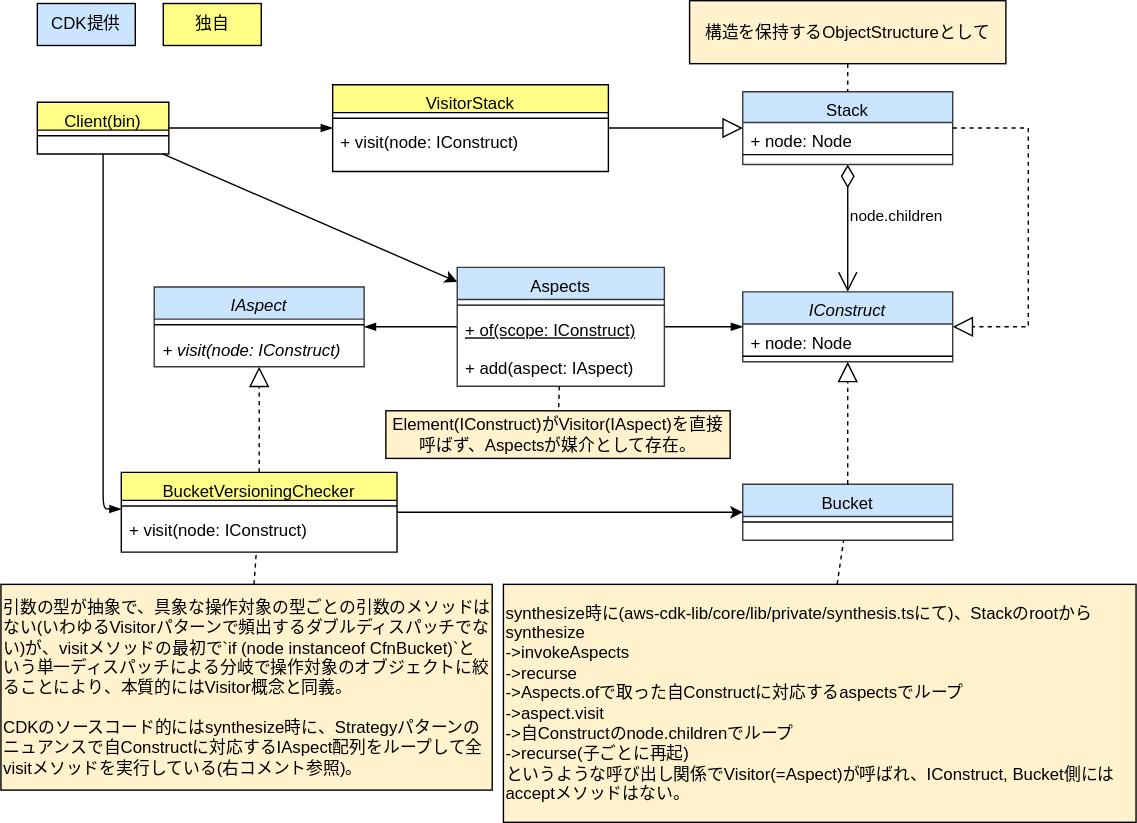
This is drawio/visitor/visitor-cdk-simplified.drawio.svg from go-to-k/cdk-gof-design-pattern, a draw.io export, as it was before one commit. Source tidied: cells renumbered, new cells last; positions are measured from the earlier drawing's top-left corner, leaving out a move shared by most shapes.
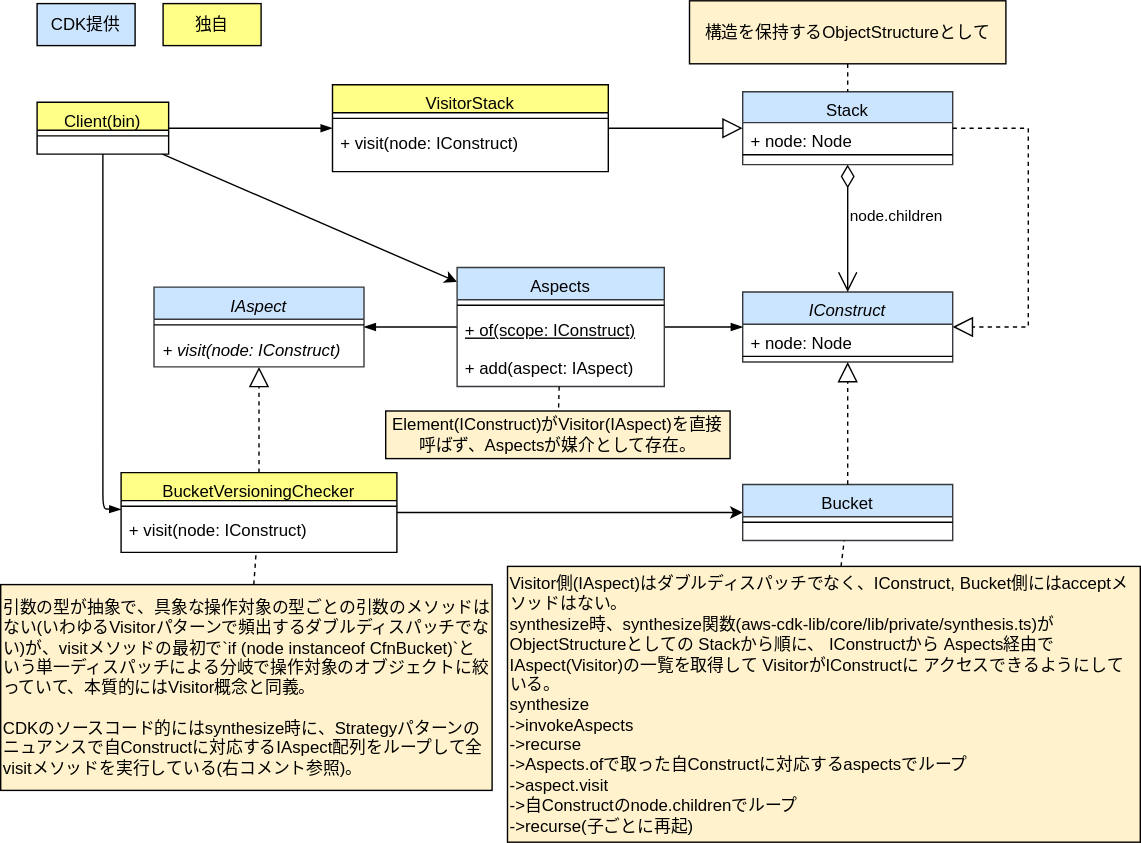
The same diagram one commit later.

Commit message:
update visitor cdk diagrams

The edit, as a diff of the source:
```diff
@@ -53,14 +53,14 @@
     <mxCell id="18" style="edgeStyle=none;html=1;strokeColor=#000000;endArrow=none;endFill=0;dashed=1;" parent="1" edge="1" source="19" target="5">
       <mxGeometry relative="1" as="geometry" />
     </mxCell>
-    <mxCell id="19" value="引数の型が抽象で、具象な操作対象の型ごとの引数のメソッドはない(いわゆるVisitorパターンで頻出するダブルディスパッチでない)が、visitメソッドの最初で`if (node instanceof CfnBucket)`という単一ディスパッチによる分岐で操作対象のオブジェクトに絞ることにより、本質的にはVisitor概念と同義。&lt;br&gt;&lt;br&gt;CDKのソースコード的にはsynthesize時に、Strategyパターンのニュアンスで自Constructに対応するIAspect配列をループして全visitメソッドを実行している(右コメント参照)。" style="text;html=1;strokeColor=#000000;fillColor=#fff2cc;align=left;verticalAlign=middle;whiteSpace=wrap;rounded=0;fontColor=#000000;" parent="1" vertex="1">
+    <mxCell id="19" value="引数の型が抽象で、具象な操作対象の型ごとの引数のメソッドはない(いわゆるVisitorパターンで頻出するダブルディスパッチでない)が、visitメソッドの最初で`if (node instanceof CfnBucket)`という単一ディスパッチによる分岐で操作対象のオブジェクトに絞っていて、本質的にはVisitor概念と同義。&lt;br&gt;&lt;br&gt;CDKのソースコード的にはsynthesize時に、Strategyパターンのニュアンスで自Constructに対応するIAspect配列をループして全visitメソッドを実行している(右コメント参照)。" style="text;html=1;strokeColor=#000000;fillColor=#fff2cc;align=left;verticalAlign=middle;whiteSpace=wrap;rounded=0;fontColor=#000000;" parent="1" vertex="1">
       <mxGeometry y="417" width="351" height="147" as="geometry" />
     </mxCell>
     <mxCell id="20" style="edgeStyle=none;html=1;dashed=1;strokeColor=#000000;endArrow=none;endFill=0;" parent="1" edge="1" source="21" target="12">
       <mxGeometry relative="1" as="geometry" />
     </mxCell>
-    <mxCell id="21" value="synthesize時に(aws-cdk-lib/core/lib/private/synthesis.tsにて)、Stackのrootから&lt;br&gt;synthesize&lt;br&gt;&amp;nbsp; -&amp;gt;invokeAspects&lt;br&gt;&amp;nbsp; &amp;nbsp; -&amp;gt;recurse&lt;br&gt;&amp;nbsp; &amp;nbsp; &amp;nbsp; -&amp;gt;Aspects.ofで取った自Constructに対応するaspectsでループ&lt;br&gt;&amp;nbsp; &amp;nbsp; &amp;nbsp; &amp;nbsp; -&amp;gt;aspect.visit&lt;br&gt;&amp;nbsp; &amp;nbsp; &amp;nbsp; -&amp;gt;自Constructのnode.childrenでループ&lt;br&gt;&amp;nbsp; &amp;nbsp; &amp;nbsp; &amp;nbsp; -&amp;gt;recurse(子ごとに再起)&lt;br&gt;というような呼び出し関係でVisitor(=Aspect)が呼ばれ、IConstruct, Bucket側にはacceptメソッドはない。" style="text;html=1;strokeColor=#000000;fillColor=#fff2cc;align=left;verticalAlign=middle;whiteSpace=wrap;rounded=0;fontColor=#000000;" parent="1" vertex="1">
-      <mxGeometry x="359" y="417" width="452" height="170" as="geometry" />
+    <mxCell id="21" value="&lt;div&gt;Visitor側(IAspect)はダブルディスパッチでなく、IConstruct, Bucket側にはacceptメソッドはない。&lt;/div&gt;&lt;div&gt;synthesize時、synthesize関数(aws-cdk-lib/core/lib/private/synthesis.ts)が&lt;/div&gt;&lt;span style=&quot;text-align: center;&quot;&gt;ObjectStructureとしての&lt;/span&gt;&lt;span style=&quot;background-color: initial;&quot;&gt;Stackから順に、&lt;/span&gt;IConstructから&lt;span style=&quot;background-color: initial;&quot;&gt;Aspects経由でIAspect(Visitor)の一覧を取得して&lt;/span&gt;VisitorがIConstructに&lt;span style=&quot;background-color: initial;&quot;&gt;アクセスできるようにしている。&lt;/span&gt;&lt;span style=&quot;text-align: center;&quot;&gt;&lt;br&gt;&lt;/span&gt;&lt;div&gt;synthesize&lt;/div&gt;&lt;div&gt;&amp;nbsp; -&amp;gt;invokeAspects&lt;/div&gt;&lt;div&gt;&amp;nbsp; &amp;nbsp; -&amp;gt;recurse&lt;/div&gt;&lt;div&gt;&amp;nbsp; &amp;nbsp; &amp;nbsp; -&amp;gt;Aspects.ofで取った自Constructに対応するaspectsでループ&lt;/div&gt;&lt;div&gt;&amp;nbsp; &amp;nbsp; &amp;nbsp; &amp;nbsp; -&amp;gt;aspect.visit&lt;/div&gt;&lt;div&gt;&amp;nbsp; &amp;nbsp; &amp;nbsp; -&amp;gt;自Constructのnode.childrenでループ&lt;/div&gt;&lt;div&gt;&amp;nbsp; &amp;nbsp; &amp;nbsp; &amp;nbsp; -&amp;gt;recurse(子ごとに再起)&lt;/div&gt;" style="text;html=1;strokeColor=#000000;fillColor=#fff2cc;align=left;verticalAlign=middle;whiteSpace=wrap;rounded=0;fontColor=#000000;" parent="1" vertex="1">
+      <mxGeometry x="362" y="404" width="452" height="197" as="geometry" />
     </mxCell>
     <mxCell id="22" value="node.children" style="endArrow=open;html=1;endSize=12;startArrow=diamondThin;startSize=14;startFill=0;edgeStyle=orthogonalEdgeStyle;align=left;verticalAlign=bottom;rounded=0;fontColor=#000000;strokeColor=#000000;labelBackgroundColor=none;" parent="1" edge="1" source="23" target="14">
       <mxGeometry relative="1" as="geometry" />
```
